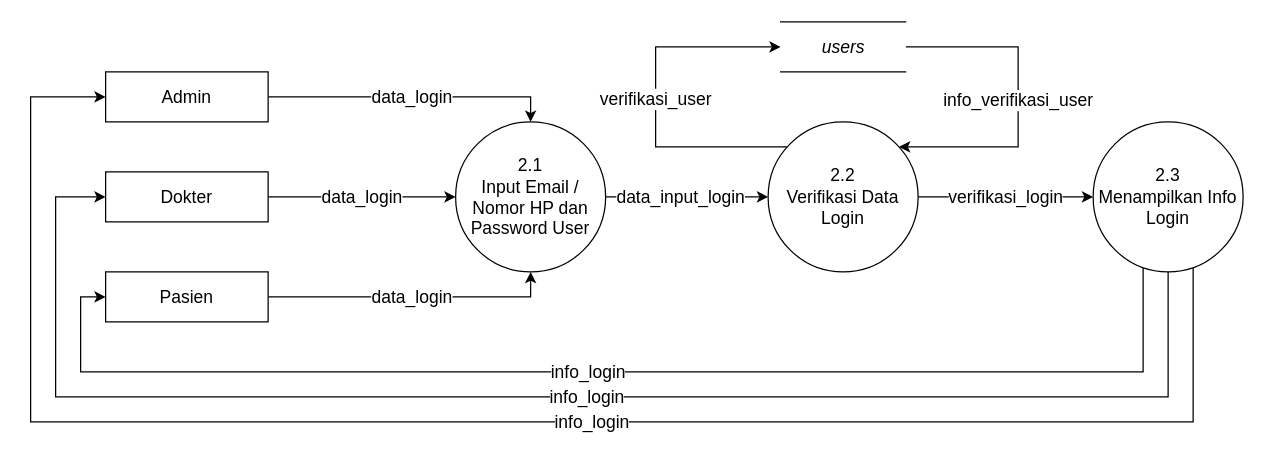
Before: laporan/DFD/DFD Level 1 Login.drawio in FarrelArrahman/si_manajemen_reseller, a draw.io diagram. Source tidied: cells renumbered, new cells numbered last; positions are measured from the earlier drawing's top-left corner, leaving out a move shared by most shapes. Both pictures are drawn from the tidied source at 125%, with x=0, y=0 at pixel (30, 21).
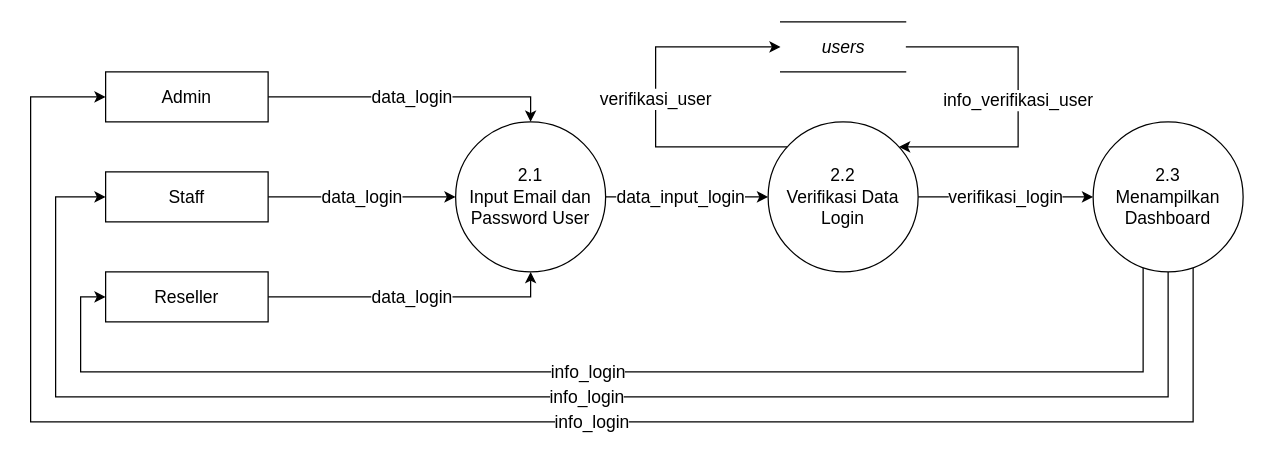
After the change.

Diff of the diagram source:
```diff
@@
-    <mxCell id="3" value="&lt;font style=&quot;font-size: 14px;&quot;&gt;2.1&lt;br style=&quot;font-size: 14px;&quot;&gt;Input Email / Nomor HP dan Password User&lt;br style=&quot;font-size: 14px;&quot;&gt;&lt;/font&gt;" style="ellipse;whiteSpace=wrap;html=1;fontSize=14;" parent="1" vertex="1">
+    <mxCell id="3" value="&lt;font style=&quot;font-size: 14px;&quot;&gt;2.1&lt;br style=&quot;font-size: 14px;&quot;&gt;Input Email dan Password User&lt;br style=&quot;font-size: 14px;&quot;&gt;&lt;/font&gt;" style="ellipse;whiteSpace=wrap;html=1;fontSize=14;" parent="1" vertex="1">
       <mxGeometry x="340" y="80" width="120" height="120" as="geometry" />
     </mxCell>
@@
-    <mxCell id="7" value="Pasien" style="rounded=0;whiteSpace=wrap;html=1;fontSize=14;" parent="1" vertex="1">
+    <mxCell id="7" value="Reseller" style="rounded=0;whiteSpace=wrap;html=1;fontSize=14;" parent="1" vertex="1">
       <mxGeometry x="60" y="200" width="130" height="40" as="geometry" />
     </mxCell>
@@
-    <mxCell id="13" value="&lt;font style=&quot;font-size: 14px;&quot;&gt;2.3&lt;br style=&quot;font-size: 14px;&quot;&gt;Menampilkan Info Login&lt;br style=&quot;font-size: 14px;&quot;&gt;&lt;/font&gt;" style="ellipse;whiteSpace=wrap;html=1;fontSize=14;" parent="1" vertex="1">
+    <mxCell id="13" value="&lt;font style=&quot;font-size: 14px;&quot;&gt;2.3&lt;br style=&quot;font-size: 14px;&quot;&gt;Menampilkan Dashboard&lt;br style=&quot;font-size: 14px;&quot;&gt;&lt;/font&gt;" style="ellipse;whiteSpace=wrap;html=1;fontSize=14;" parent="1" vertex="1">
       <mxGeometry x="850" y="80" width="120" height="120" as="geometry" />
     </mxCell>
@@
-    <mxCell id="17" value="Dokter" style="rounded=0;whiteSpace=wrap;html=1;fontSize=14;" parent="1" vertex="1">
+    <mxCell id="17" value="Staff" style="rounded=0;whiteSpace=wrap;html=1;fontSize=14;" parent="1" vertex="1">
       <mxGeometry x="60" y="120" width="130" height="40" as="geometry" />
     </mxCell>
```
